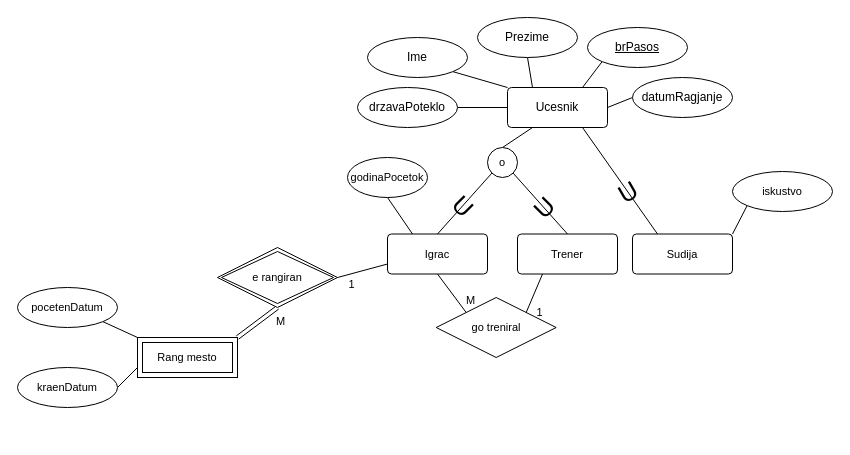
Before: Bazi na podatoci/Lab1/lab1_B.drawio in marin-o/Finki, a draw.io diagram. Source tidied: cells renumbered, new cells numbered last; positions are measured from the earlier drawing's top-left corner, leaving out a move shared by most shapes. Both pictures are drawn from the tidied source at 100%, with x=0, y=0 at pixel (17, 17).
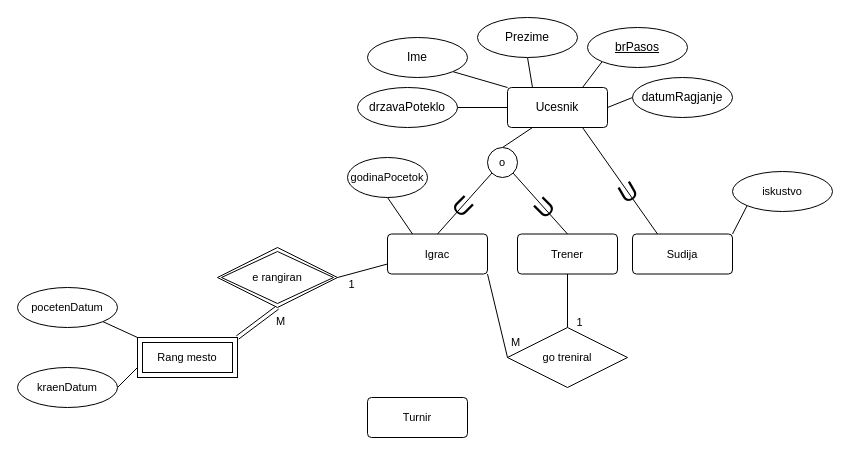
The same diagram, later.

Commit message:
turnir kreiran samo entitet

Unchanged cells that the change refers to:
```xml
<mxCell id="16" value="Igrac" style="rounded=1;arcSize=10;whiteSpace=wrap;html=1;align=center;fontFamily=Helvetica;fontSize=11;fontColor=default;" parent="1" vertex="1">
  <mxGeometry x="370" y="216.5" width="100" height="40" as="geometry" />
</mxCell>
<mxCell id="18" value="Trener" style="rounded=1;arcSize=10;whiteSpace=wrap;html=1;align=center;fontFamily=Helvetica;fontSize=11;fontColor=default;" parent="1" vertex="1">
  <mxGeometry x="500" y="216.5" width="100" height="40" as="geometry" />
</mxCell>
```

Diff of the diagram source:
```diff
@@
-    <mxCell id="15" value="M" style="edgeStyle=none;shape=connector;rounded=0;jettySize=auto;html=1;exitX=0.5;exitY=1;exitDx=0;exitDy=0;entryX=0;entryY=0;entryDx=0;entryDy=0;labelBackgroundColor=default;strokeColor=default;align=center;verticalAlign=middle;fontFamily=Helvetica;fontSize=11;fontColor=default;endArrow=none;endFill=0;" parent="1" edge="1" source="16" target="38">
+    <mxCell id="15" value="M" style="edgeStyle=none;shape=connector;rounded=0;jettySize=auto;html=1;exitX=1;exitY=1;exitDx=0;exitDy=0;entryX=0;entryY=0.5;entryDx=0;entryDy=0;labelBackgroundColor=default;strokeColor=default;align=center;verticalAlign=middle;fontFamily=Helvetica;fontSize=11;fontColor=default;endArrow=none;endFill=0;" parent="1" edge="1" source="16" target="38">
       <mxGeometry x="0.71" y="11" relative="1" as="geometry" />
     </mxCell>
@@
-    <mxCell id="17" value="1" style="edgeStyle=none;shape=connector;rounded=0;jettySize=auto;html=1;exitX=0.25;exitY=1;exitDx=0;exitDy=0;entryX=1;entryY=0;entryDx=0;entryDy=0;labelBackgroundColor=default;strokeColor=default;align=center;verticalAlign=middle;fontFamily=Helvetica;fontSize=11;fontColor=default;endArrow=none;endFill=0;" parent="1" edge="1" source="18" target="38">
+    <mxCell id="17" value="1" style="edgeStyle=none;shape=connector;rounded=0;jettySize=auto;html=1;exitX=0.5;exitY=1;exitDx=0;exitDy=0;entryX=0.5;entryY=0;entryDx=0;entryDy=0;labelBackgroundColor=default;strokeColor=default;align=center;verticalAlign=middle;fontFamily=Helvetica;fontSize=11;fontColor=default;endArrow=none;endFill=0;" parent="1" edge="1" source="18" target="38">
       <mxGeometry x="0.79" y="12" relative="1" as="geometry" />
     </mxCell>
@@
     <mxCell id="38" value="go treniral" style="shape=rhombus;perimeter=rhombusPerimeter;whiteSpace=wrap;html=1;align=center;fontFamily=Helvetica;fontSize=11;fontColor=default;" parent="1" vertex="1">
-      <mxGeometry x="418.7" y="280" width="120" height="60" as="geometry" />
+      <mxGeometry x="490" y="310" width="120" height="60" as="geometry" />
     </mxCell>
@@
+    <mxCell id="41" value="Turnir" style="rounded=1;arcSize=10;whiteSpace=wrap;html=1;align=center;fontFamily=Helvetica;fontSize=11;fontColor=default;" parent="1" vertex="1">
+      <mxGeometry x="350" y="380" width="100" height="40" as="geometry" />
+    </mxCell>
```
